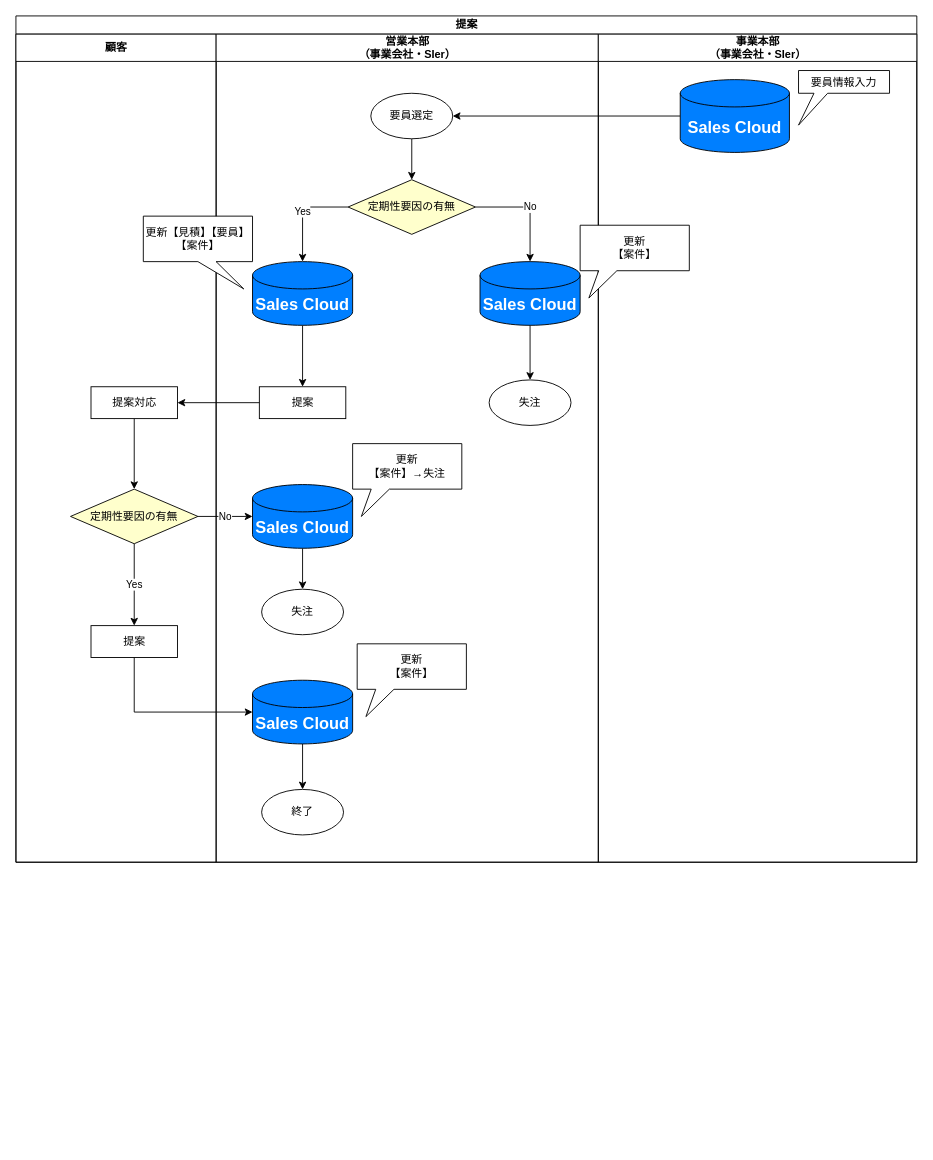
This is page "提案" (3 of 3) of 20230622To-Be業務フロー図.drawio from TaikiHorita/TaikiRepository, a draw.io file, before an edit. Source tidied: cells renumbered, new cells numbered last; positions are measured from the earlier drawing's top-left corner, leaving out a move shared by most shapes. Both pictures are drawn from the tidied source at 91%, with x=0, y=0 at pixel (15, 15).
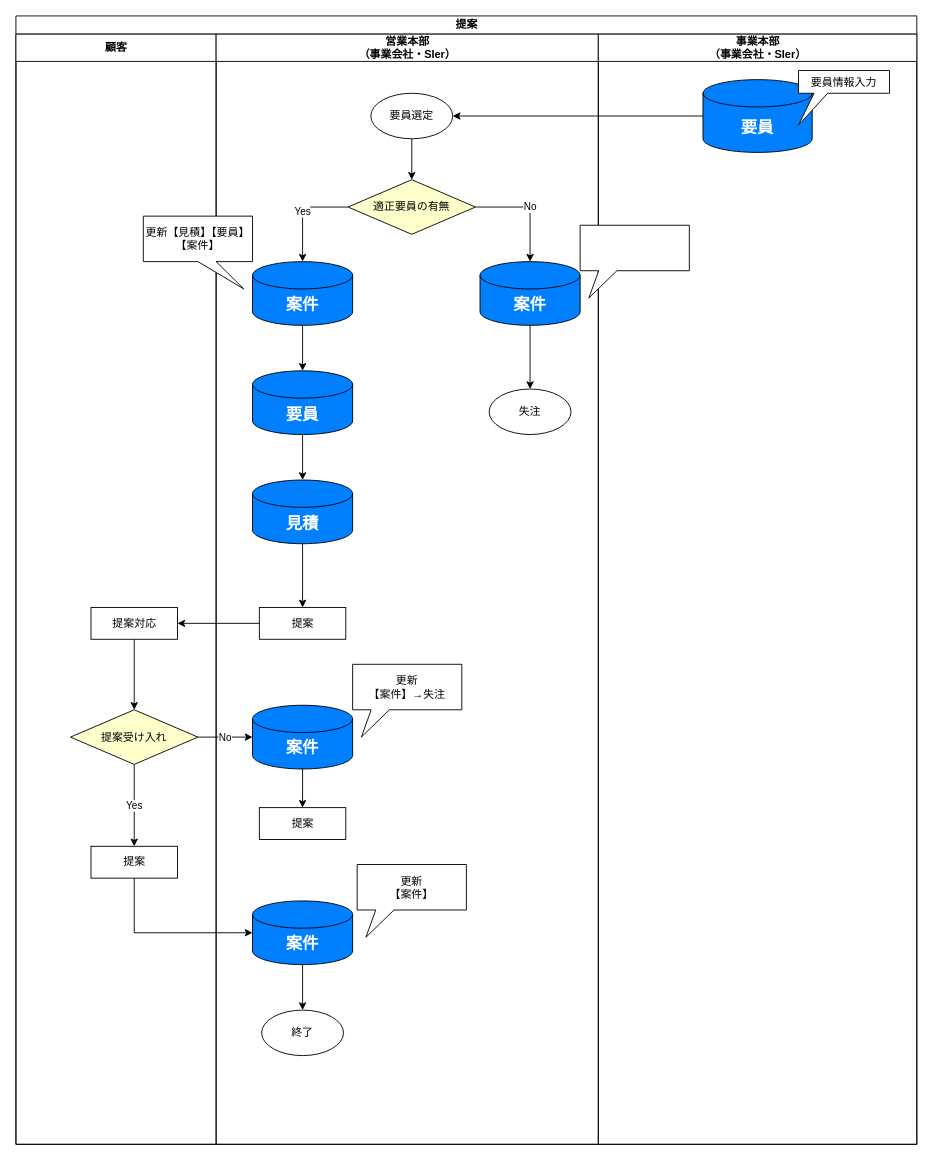
The same diagram, later.

The edit, as a diff of the source:
```diff
@@
     <mxCell id="2" value="提案" style="swimlane;startSize=20;html=1;" parent="1" vertex="1">
-      <mxGeometry width="990" height="930" as="geometry" />
+      <mxGeometry width="990" height="1240" as="geometry" />
     </mxCell>
     <mxCell id="3" value="顧客" style="swimlane;startSize=30;html=1;fillColor=#FFFFFF;" parent="2" vertex="1">
-      <mxGeometry y="20" width="220" height="910" as="geometry" />
+      <mxGeometry y="20" width="220" height="1220" as="geometry" />
     </mxCell>
@@
     <mxCell id="5" value="提案対応" style="rounded=0;whiteSpace=wrap;html=1;" parent="3" vertex="1">
-      <mxGeometry x="82.5" y="387.5" width="95" height="35" as="geometry" />
+      <mxGeometry x="82.5" y="630" width="95" height="35" as="geometry" />
     </mxCell>
@@
-    <mxCell id="7" value="定期性要因の有無" style="rhombus;whiteSpace=wrap;html=1;fillColor=#FFFFCC;" parent="3" vertex="1">
-      <mxGeometry x="60" y="500" width="140" height="60" as="geometry" />
+    <mxCell id="7" value="提案受け入れ" style="rhombus;whiteSpace=wrap;html=1;fillColor=#FFFFCC;" parent="3" vertex="1">
+      <mxGeometry x="60" y="742.5" width="140" height="60" as="geometry" />
     </mxCell>
     <mxCell id="8" value="提案" style="rounded=0;whiteSpace=wrap;html=1;" parent="3" vertex="1">
-      <mxGeometry x="82.5" y="650" width="95" height="35" as="geometry" />
+      <mxGeometry x="82.5" y="892.5" width="95" height="35" as="geometry" />
     </mxCell>
     <mxCell id="9" value="営業本部&lt;br&gt;（事業会社・SIer）" style="swimlane;startSize=30;html=1;" parent="2" vertex="1">
-      <mxGeometry x="220" y="20" width="420" height="910" as="geometry" />
+      <mxGeometry x="220" y="20" width="420" height="1220" as="geometry" />
     </mxCell>
@@
-    <mxCell id="14" value="定期性要因の有無" style="rhombus;whiteSpace=wrap;html=1;fillColor=#FFFFCC;" parent="9" vertex="1">
+    <mxCell id="14" value="適正要員の有無" style="rhombus;whiteSpace=wrap;html=1;fillColor=#FFFFCC;" parent="9" vertex="1">
       <mxGeometry x="145" y="160" width="140" height="60" as="geometry" />
     </mxCell>
@@
-    <mxCell id="16" value="&lt;font style=&quot;font-size: 18px;&quot; color=&quot;#ffffff&quot;&gt;&lt;b&gt;Sales Cloud&lt;/b&gt;&lt;/font&gt;" style="shape=cylinder3;whiteSpace=wrap;html=1;boundedLbl=1;backgroundOutline=1;size=15;fillColor=#007FFF;" parent="9" vertex="1">
+    <mxCell id="16" value="&lt;font style=&quot;font-size: 18px;&quot; color=&quot;#ffffff&quot;&gt;&lt;b&gt;案件&lt;/b&gt;&lt;/font&gt;" style="shape=cylinder3;whiteSpace=wrap;html=1;boundedLbl=1;backgroundOutline=1;size=15;fillColor=#007FFF;" parent="9" vertex="1">
       <mxGeometry x="290" y="250" width="110" height="70" as="geometry" />
     </mxCell>
-    <mxCell id="17" style="edgeStyle=orthogonalEdgeStyle;rounded=0;jettySize=auto;html=1;exitX=0.5;exitY=1;exitDx=0;exitDy=0;exitPerimeter=0;entryX=0.5;entryY=0;entryDx=0;entryDy=0;" parent="9" edge="1" source="18" target="20">
-      <mxGeometry relative="1" as="geometry" />
-    </mxCell>
+    <mxCell id="38" style="edgeStyle=orthogonalEdgeStyle;rounded=0;jettySize=auto;html=1;exitX=0.5;exitY=1;exitDx=0;exitDy=0;exitPerimeter=0;" parent="9" edge="1" source="18" target="41">
+      <mxGeometry relative="1" as="geometry" />
+    </mxCell>
-    <mxCell id="18" value="&lt;font style=&quot;font-size: 18px;&quot; color=&quot;#ffffff&quot;&gt;&lt;b&gt;Sales Cloud&lt;/b&gt;&lt;/font&gt;" style="shape=cylinder3;whiteSpace=wrap;html=1;boundedLbl=1;backgroundOutline=1;size=15;fillColor=#007FFF;" parent="9" vertex="1">
+    <mxCell id="18" value="&lt;font style=&quot;font-size: 18px;&quot; color=&quot;#ffffff&quot;&gt;&lt;b&gt;案件&lt;/b&gt;&lt;/font&gt;" style="shape=cylinder3;whiteSpace=wrap;html=1;boundedLbl=1;backgroundOutline=1;size=15;fillColor=#007FFF;" parent="9" vertex="1">
       <mxGeometry x="40" y="250" width="110" height="70" as="geometry" />
     </mxCell>
     <mxCell id="19" value="失注" style="ellipse;whiteSpace=wrap;html=1;" parent="9" vertex="1">
-      <mxGeometry x="300" y="380" width="90" height="50" as="geometry" />
+      <mxGeometry x="300" y="390" width="90" height="50" as="geometry" />
     </mxCell>
     <mxCell id="20" value="提案" style="rounded=0;whiteSpace=wrap;html=1;" parent="9" vertex="1">
-      <mxGeometry x="47.5" y="387.5" width="95" height="35" as="geometry" />
+      <mxGeometry x="47.5" y="630" width="95" height="35" as="geometry" />
     </mxCell>
-    <mxCell id="21" style="edgeStyle=orthogonalEdgeStyle;rounded=0;jettySize=auto;html=1;exitX=0.5;exitY=1;exitDx=0;exitDy=0;exitPerimeter=0;entryX=0.5;entryY=0;entryDx=0;entryDy=0;" parent="9" edge="1" source="22" target="23">
-      <mxGeometry relative="1" as="geometry" />
-    </mxCell>
+    <mxCell id="39" style="edgeStyle=orthogonalEdgeStyle;rounded=0;jettySize=auto;html=1;exitX=0.5;exitY=1;exitDx=0;exitDy=0;exitPerimeter=0;entryX=0.5;entryY=0;entryDx=0;entryDy=0;" parent="9" edge="1" source="22" target="44">
+      <mxGeometry relative="1" as="geometry" />
+    </mxCell>
-    <mxCell id="22" value="&lt;font style=&quot;font-size: 18px;&quot; color=&quot;#ffffff&quot;&gt;&lt;b&gt;Sales Cloud&lt;/b&gt;&lt;/font&gt;" style="shape=cylinder3;whiteSpace=wrap;html=1;boundedLbl=1;backgroundOutline=1;size=15;fillColor=#007FFF;" parent="9" vertex="1">
-      <mxGeometry x="40" y="495" width="110" height="70" as="geometry" />
+    <mxCell id="22" value="&lt;font style=&quot;font-size: 18px;&quot; color=&quot;#ffffff&quot;&gt;&lt;b&gt;案件&lt;/b&gt;&lt;/font&gt;" style="shape=cylinder3;whiteSpace=wrap;html=1;boundedLbl=1;backgroundOutline=1;size=15;fillColor=#007FFF;" parent="9" vertex="1">
+      <mxGeometry x="40" y="737.5" width="110" height="70" as="geometry" />
     </mxCell>
-    <mxCell id="23" value="失注" style="ellipse;whiteSpace=wrap;html=1;" parent="9" vertex="1">
-      <mxGeometry x="50" y="610" width="90" height="50" as="geometry" />
-    </mxCell>
@@
-    <mxCell id="25" value="&lt;font style=&quot;font-size: 18px;&quot; color=&quot;#ffffff&quot;&gt;&lt;b&gt;Sales Cloud&lt;/b&gt;&lt;/font&gt;" style="shape=cylinder3;whiteSpace=wrap;html=1;boundedLbl=1;backgroundOutline=1;size=15;fillColor=#007FFF;" parent="9" vertex="1">
-      <mxGeometry x="40" y="710" width="110" height="70" as="geometry" />
+    <mxCell id="25" value="&lt;font style=&quot;font-size: 18px;&quot; color=&quot;#ffffff&quot;&gt;&lt;b&gt;案件&lt;/b&gt;&lt;/font&gt;" style="shape=cylinder3;whiteSpace=wrap;html=1;boundedLbl=1;backgroundOutline=1;size=15;fillColor=#007FFF;" parent="9" vertex="1">
+      <mxGeometry x="40" y="952.5" width="110" height="70" as="geometry" />
     </mxCell>
     <mxCell id="26" value="終了" style="ellipse;whiteSpace=wrap;html=1;" parent="9" vertex="1">
-      <mxGeometry x="50" y="830" width="90" height="50" as="geometry" />
+      <mxGeometry x="50" y="1072.5" width="90" height="50" as="geometry" />
     </mxCell>
@@
     <mxCell id="28" value="更新&lt;br&gt;【案件】→失注" style="shape=callout;whiteSpace=wrap;html=1;perimeter=calloutPerimeter;position2=0.08;size=30;position=0.17;base=20;" parent="9" vertex="1">
-      <mxGeometry x="150" y="450" width="120" height="80" as="geometry" />
+      <mxGeometry x="150" y="692.5" width="120" height="80" as="geometry" />
     </mxCell>
     <mxCell id="29" value="更新&lt;br&gt;【案件】" style="shape=callout;whiteSpace=wrap;html=1;perimeter=calloutPerimeter;position2=0.08;size=30;position=0.17;base=20;" parent="9" vertex="1">
-      <mxGeometry x="155" y="670" width="120" height="80" as="geometry" />
+      <mxGeometry x="155" y="912.5" width="120" height="80" as="geometry" />
     </mxCell>
+    <mxCell id="40" style="edgeStyle=orthogonalEdgeStyle;rounded=0;jettySize=auto;html=1;exitX=0.5;exitY=1;exitDx=0;exitDy=0;exitPerimeter=0;entryX=0.5;entryY=0;entryDx=0;entryDy=0;entryPerimeter=0;" parent="9" edge="1" source="41" target="43">
+      <mxGeometry relative="1" as="geometry" />
+    </mxCell>
+    <mxCell id="41" value="&lt;font style=&quot;font-size: 18px;&quot; color=&quot;#ffffff&quot;&gt;&lt;b&gt;要員&lt;/b&gt;&lt;/font&gt;" style="shape=cylinder3;whiteSpace=wrap;html=1;boundedLbl=1;backgroundOutline=1;size=15;fillColor=#007FFF;" parent="9" vertex="1">
+      <mxGeometry x="40" y="370" width="110" height="70" as="geometry" />
+    </mxCell>
+    <mxCell id="42" style="edgeStyle=orthogonalEdgeStyle;rounded=0;jettySize=auto;html=1;exitX=0.5;exitY=1;exitDx=0;exitDy=0;exitPerimeter=0;" parent="9" edge="1" source="43" target="20">
+      <mxGeometry relative="1" as="geometry" />
+    </mxCell>
+    <mxCell id="43" value="&lt;font style=&quot;font-size: 18px;&quot; color=&quot;#ffffff&quot;&gt;&lt;b&gt;見積&lt;/b&gt;&lt;/font&gt;" style="shape=cylinder3;whiteSpace=wrap;html=1;boundedLbl=1;backgroundOutline=1;size=15;fillColor=#007FFF;" parent="9" vertex="1">
+      <mxGeometry x="40" y="490" width="110" height="70" as="geometry" />
+    </mxCell>
+    <mxCell id="44" value="提案" style="rounded=0;whiteSpace=wrap;html=1;" parent="9" vertex="1">
+      <mxGeometry x="47.5" y="850" width="95" height="35" as="geometry" />
+    </mxCell>
@@
+    <mxCell id="35" style="edgeStyle=orthogonalEdgeStyle;rounded=0;jettySize=auto;html=1;exitX=0;exitY=0.5;exitDx=0;exitDy=0;entryX=1;entryY=0.5;entryDx=0;entryDy=0;" parent="2" edge="1" source="20" target="5">
+      <mxGeometry relative="1" as="geometry" />
+    </mxCell>
+    <mxCell id="36" value="No" style="edgeStyle=orthogonalEdgeStyle;rounded=0;jettySize=auto;html=1;exitX=1;exitY=0.5;exitDx=0;exitDy=0;entryX=0;entryY=0.5;entryDx=0;entryDy=0;entryPerimeter=0;" parent="2" edge="1" source="7" target="22">
+      <mxGeometry relative="1" as="geometry" />
+    </mxCell>
+    <mxCell id="37" style="edgeStyle=orthogonalEdgeStyle;rounded=0;jettySize=auto;html=1;exitX=0.5;exitY=1;exitDx=0;exitDy=0;entryX=0;entryY=0.5;entryDx=0;entryDy=0;entryPerimeter=0;" parent="2" edge="1" source="8" target="25">
+      <mxGeometry relative="1" as="geometry" />
+    </mxCell>
     <mxCell id="31" value="事業本部&lt;br&gt;（事業会社・SIer）" style="swimlane;startSize=30;html=1;" parent="2" vertex="1">
-      <mxGeometry x="640" y="20" width="350" height="910" as="geometry" />
+      <mxGeometry x="640" y="20" width="350" height="1220" as="geometry" />
     </mxCell>
-    <mxCell id="32" value="&lt;font style=&quot;font-size: 18px;&quot; color=&quot;#ffffff&quot;&gt;&lt;b&gt;Sales Cloud&lt;/b&gt;&lt;/font&gt;" style="shape=cylinder3;whiteSpace=wrap;html=1;boundedLbl=1;backgroundOutline=1;size=15;fillColor=#007FFF;" parent="31" vertex="1">
-      <mxGeometry x="90" y="50" width="120" height="80" as="geometry" />
+    <mxCell id="32" value="&lt;font style=&quot;font-size: 18px;&quot; color=&quot;#ffffff&quot;&gt;&lt;b&gt;要員&lt;/b&gt;&lt;/font&gt;" style="shape=cylinder3;whiteSpace=wrap;html=1;boundedLbl=1;backgroundOutline=1;size=15;fillColor=#007FFF;" parent="31" vertex="1">
+      <mxGeometry x="115" y="50" width="120" height="80" as="geometry" />
     </mxCell>
@@
-    <mxCell id="34" value="更新&lt;br&gt;【案件】" style="shape=callout;whiteSpace=wrap;html=1;perimeter=calloutPerimeter;position2=0.08;size=30;position=0.17;base=20;" parent="31" vertex="1">
+    <mxCell id="34" style="shape=callout;whiteSpace=wrap;html=1;perimeter=calloutPerimeter;position2=0.08;size=30;position=0.17;base=20;" parent="31" vertex="1">
       <mxGeometry x="-20" y="210" width="120" height="80" as="geometry" />
     </mxCell>
-    <mxCell id="35" style="edgeStyle=orthogonalEdgeStyle;rounded=0;jettySize=auto;html=1;exitX=0;exitY=0.5;exitDx=0;exitDy=0;entryX=1;entryY=0.5;entryDx=0;entryDy=0;" parent="2" edge="1" source="20" target="5">
-      <mxGeometry relative="1" as="geometry" />
-    </mxCell>
-    <mxCell id="36" value="No" style="edgeStyle=orthogonalEdgeStyle;rounded=0;jettySize=auto;html=1;exitX=1;exitY=0.5;exitDx=0;exitDy=0;entryX=0;entryY=0.5;entryDx=0;entryDy=0;entryPerimeter=0;" parent="2" edge="1" source="7" target="22">
-      <mxGeometry relative="1" as="geometry" />
-    </mxCell>
-    <mxCell id="37" style="edgeStyle=orthogonalEdgeStyle;rounded=0;jettySize=auto;html=1;exitX=0.5;exitY=1;exitDx=0;exitDy=0;entryX=0;entryY=0.5;entryDx=0;entryDy=0;entryPerimeter=0;" parent="2" edge="1" source="8" target="25">
-      <mxGeometry relative="1" as="geometry" />
-    </mxCell>
```
